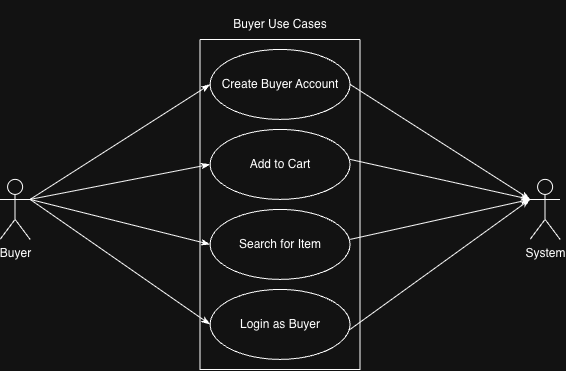
Before: Use Cases/BuyerUseCase.png, a diagram exported from draw.io (Jason-Kng/Bulldog-Records). Source tidied: cells renumbered, new cells last; positions are measured from the earlier drawing's top-left corner, leaving out a move shared by most shapes.
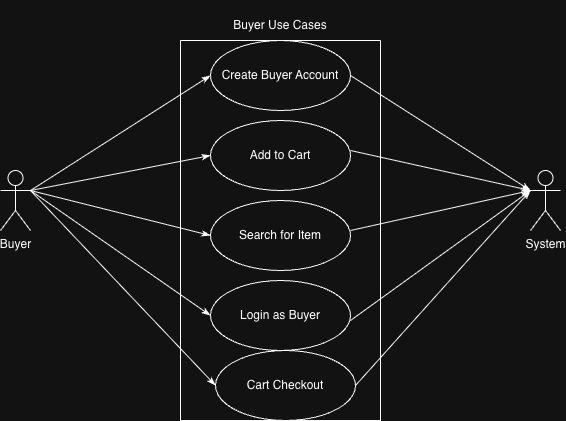
After the commit.

Commit message:
Added Cart Checkout to Buyer Use Case

The edit, as a diff of the source:
```diff
@@ -53,10 +53,19 @@
       </mxGeometry>
     </mxCell>
     <mxCell id="16" value="Buyer Use Cases" style="text;html=1;whiteSpace=wrap;strokeColor=none;fillColor=none;align=center;verticalAlign=middle;rounded=0;" parent="1" vertex="1">
-      <mxGeometry x="190" width="180" height="50" as="geometry" />
+      <mxGeometry x="190" y="10" width="180" height="50" as="geometry" />
     </mxCell>
-    <mxCell id="17" style="swimlane;startSize=0;" parent="1" vertex="1">
-      <mxGeometry x="200" y="40" width="160" height="330" as="geometry" />
-    </mxCell>
+    <mxCell id="18" value="Cart Checkout" style="ellipse;whiteSpace=wrap;html=1;" parent="1" vertex="1">
+      <mxGeometry x="215" y="360" width="140" height="70" as="geometry" />
+    </mxCell>
+    <mxCell id="19" style="swimlane;startSize=0;" parent="1" vertex="1">
+      <mxGeometry x="180" y="50" width="200" height="380" as="geometry" />
+    </mxCell>
+    <mxCell id="20" style="endArrow=classicThin;html=1;rounded=0;entryX=0;entryY=0.5;entryDx=0;entryDy=0;exitX=1;exitY=0.3333333333333333;exitDx=0;exitDy=0;exitPerimeter=0;endFill=1;" parent="1" edge="1" source="2" target="18">
+      <mxGeometry relative="1" as="geometry" />
+    </mxCell>
+    <mxCell id="21" style="endArrow=classicThin;html=1;rounded=0;entryX=0;entryY=0.3333333333333333;entryDx=0;entryDy=0;exitX=1;exitY=0.5;exitDx=0;exitDy=0;entryPerimeter=0;endFill=1;" parent="1" edge="1" source="18" target="3">
+      <mxGeometry relative="1" as="geometry" />
+    </mxCell>
   </root>
 </mxGraphModel>
```
